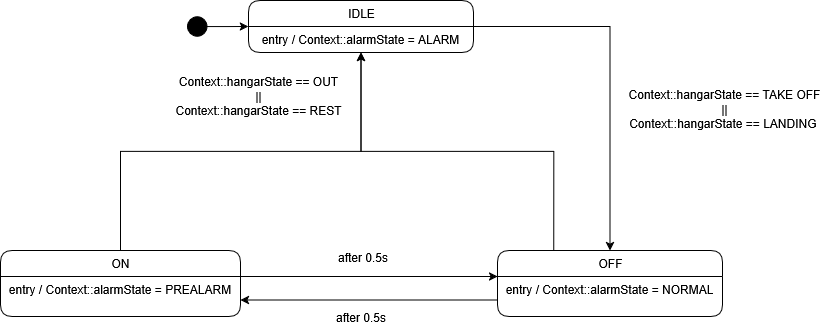
Earlier version of the draw.io export docs/tex/images/blinking.png (MarMal001/Project2-SmartDroneHangar). Source tidied: cells renumbered, new cells last; positions are measured from the earlier drawing's top-left corner, leaving out a move shared by most shapes.
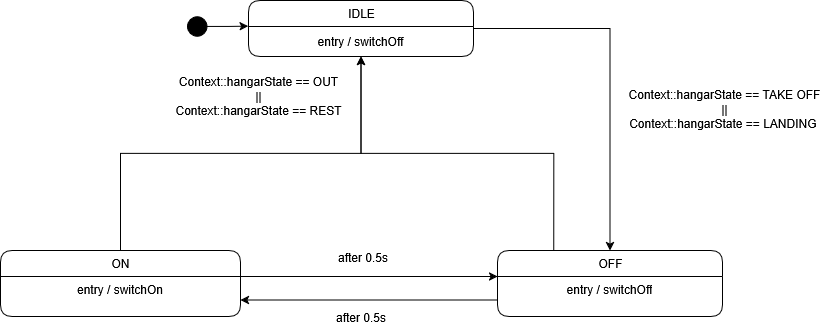
After the commit.

Diff of the diagram source:
```diff
@@ -11,9 +11,11 @@
     <mxCell id="3" value="&lt;div&gt;Context::hangarState == TAKE OFF&lt;/div&gt;&lt;div&gt;||&lt;/div&gt;&lt;div&gt;Context::hangarState == LANDING&amp;nbsp;&lt;/div&gt;" style="text;html=1;whiteSpace=wrap;strokeColor=none;fillColor=none;align=center;verticalAlign=middle;rounded=0;" parent="1" vertex="1">
       <mxGeometry x="612" y="94" width="225" height="30" as="geometry" />
     </mxCell>
-    <mxCell id="4" style="edgeStyle=orthogonalEdgeStyle;rounded=0;jettySize=auto;html=1;entryX=0;entryY=0.5;entryDx=0;entryDy=0;" parent="1" edge="1" source="5" target="7">
-      <mxGeometry relative="1" as="geometry" />
-    </mxCell>
+    <mxCell id="19" style="edgeStyle=orthogonalEdgeStyle;rounded=0;jettySize=auto;html=1;exitX=1;exitY=0.5;exitDx=0;exitDy=0;entryX=-0.002;entryY=0.459;entryDx=0;entryDy=0;entryPerimeter=0;" parent="1" edge="1" target="7">
+      <mxGeometry relative="1" as="geometry">
+        <mxPoint x="206.5" y="26" as="sourcePoint" />
+      </mxGeometry>
+    </mxCell>
     <mxCell id="5" style="ellipse;whiteSpace=wrap;html=1;shapeInside=1;gradientColor=none;fillStyle=solid;fillColor=#000000;" parent="1" vertex="1">
       <mxGeometry x="187" y="16.2" width="19.5" height="19.5" as="geometry" />
     </mxCell>
@@ -21,18 +23,18 @@
       <mxGeometry relative="1" as="geometry" />
     </mxCell>
     <mxCell id="7" value="IDLE" style="swimlane;fontStyle=0;horizontal=1;startSize=26;fillColor=none;html=1;rounded=1;" parent="1" vertex="1">
-      <mxGeometry x="248" width="225" height="52" as="geometry" />
+      <mxGeometry x="248" width="225" height="56" as="geometry" />
     </mxCell>
-    <mxCell id="8" value="entry / Context::alarmState = ALARM" style="text;strokeColor=none;fillColor=none;align=center;verticalAlign=top;spacingLeft=4;spacingRight=4;overflow=hidden;whiteSpace=wrap;html=1;" parent="7" vertex="1">
-      <mxGeometry y="26" width="225" height="26" as="geometry" />
-    </mxCell>
+    <mxCell id="20" value="entry / switchOff" style="text;html=1;whiteSpace=wrap;strokeColor=none;fillColor=none;align=center;verticalAlign=middle;rounded=0;" parent="7" vertex="1">
+      <mxGeometry y="26" width="225" height="30" as="geometry" />
+    </mxCell>
     <mxCell id="9" style="edgeStyle=orthogonalEdgeStyle;rounded=0;jettySize=auto;html=1;exitX=0.5;exitY=0;exitDx=0;exitDy=0;entryX=0.5;entryY=1;entryDx=0;entryDy=0;" parent="1" edge="1" source="10" target="7">
       <mxGeometry relative="1" as="geometry" />
     </mxCell>
     <mxCell id="10" value="ON" style="swimlane;fontStyle=0;horizontal=1;startSize=26;fillColor=none;html=1;rounded=1;" parent="1" vertex="1">
       <mxGeometry y="250" width="240" height="66" as="geometry" />
     </mxCell>
-    <mxCell id="11" value="entry / Context::alarmState = PREALARM" style="text;strokeColor=none;fillColor=none;align=center;verticalAlign=top;spacingLeft=4;spacingRight=4;overflow=hidden;whiteSpace=wrap;html=1;" parent="10" vertex="1">
+    <mxCell id="11" value="entry / switchOn" style="text;strokeColor=none;fillColor=none;align=center;verticalAlign=top;spacingLeft=4;spacingRight=4;overflow=hidden;whiteSpace=wrap;html=1;" parent="10" vertex="1">
       <mxGeometry y="26" width="240" height="40" as="geometry" />
     </mxCell>
     <mxCell id="12" style="edgeStyle=orthogonalEdgeStyle;rounded=0;jettySize=auto;html=1;exitX=0;exitY=0.75;exitDx=0;exitDy=0;entryX=1;entryY=0.75;entryDx=0;entryDy=0;" parent="1" edge="1" source="14" target="10">
@@ -44,7 +46,7 @@
     <mxCell id="14" value="OFF" style="swimlane;fontStyle=0;horizontal=1;startSize=26;fillColor=none;html=1;rounded=1;" parent="1" vertex="1">
       <mxGeometry x="497" y="250" width="225" height="66" as="geometry" />
     </mxCell>
-    <mxCell id="15" value="entry / Context::alarmState = NORMAL" style="text;strokeColor=none;fillColor=none;align=center;verticalAlign=top;spacingLeft=4;spacingRight=4;overflow=hidden;whiteSpace=wrap;html=1;" parent="14" vertex="1">
+    <mxCell id="15" value="entry / switchOff" style="text;strokeColor=none;fillColor=none;align=center;verticalAlign=top;spacingLeft=4;spacingRight=4;overflow=hidden;whiteSpace=wrap;html=1;" parent="14" vertex="1">
       <mxGeometry y="26" width="225" height="40" as="geometry" />
     </mxCell>
     <mxCell id="16" value="after 0.5s" style="text;html=1;whiteSpace=wrap;strokeColor=none;fillColor=none;align=center;verticalAlign=middle;rounded=0;" parent="1" vertex="1">
```
